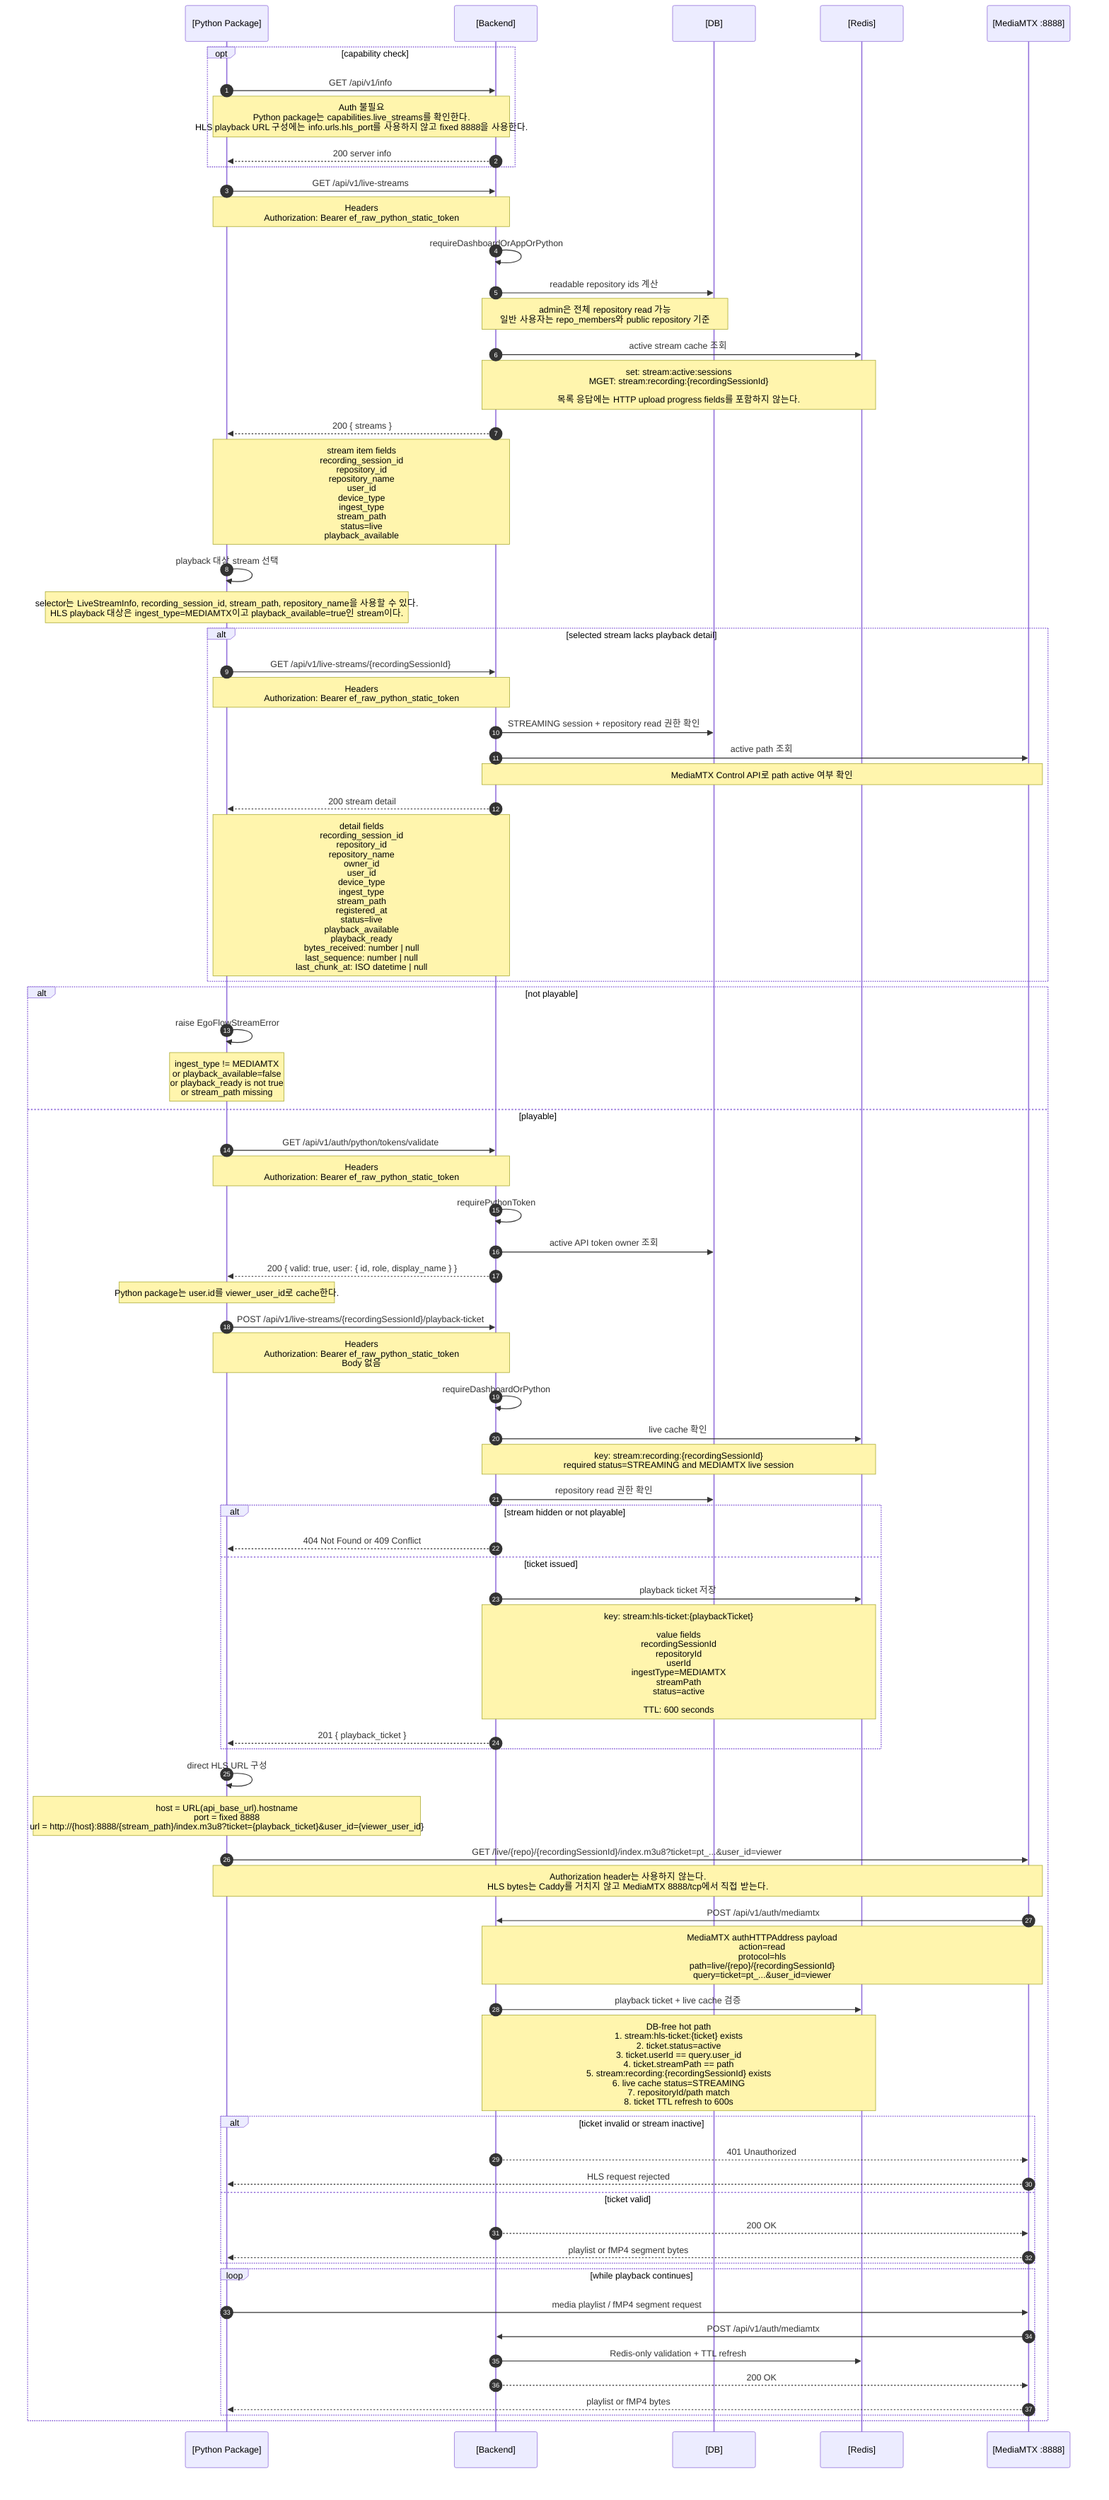
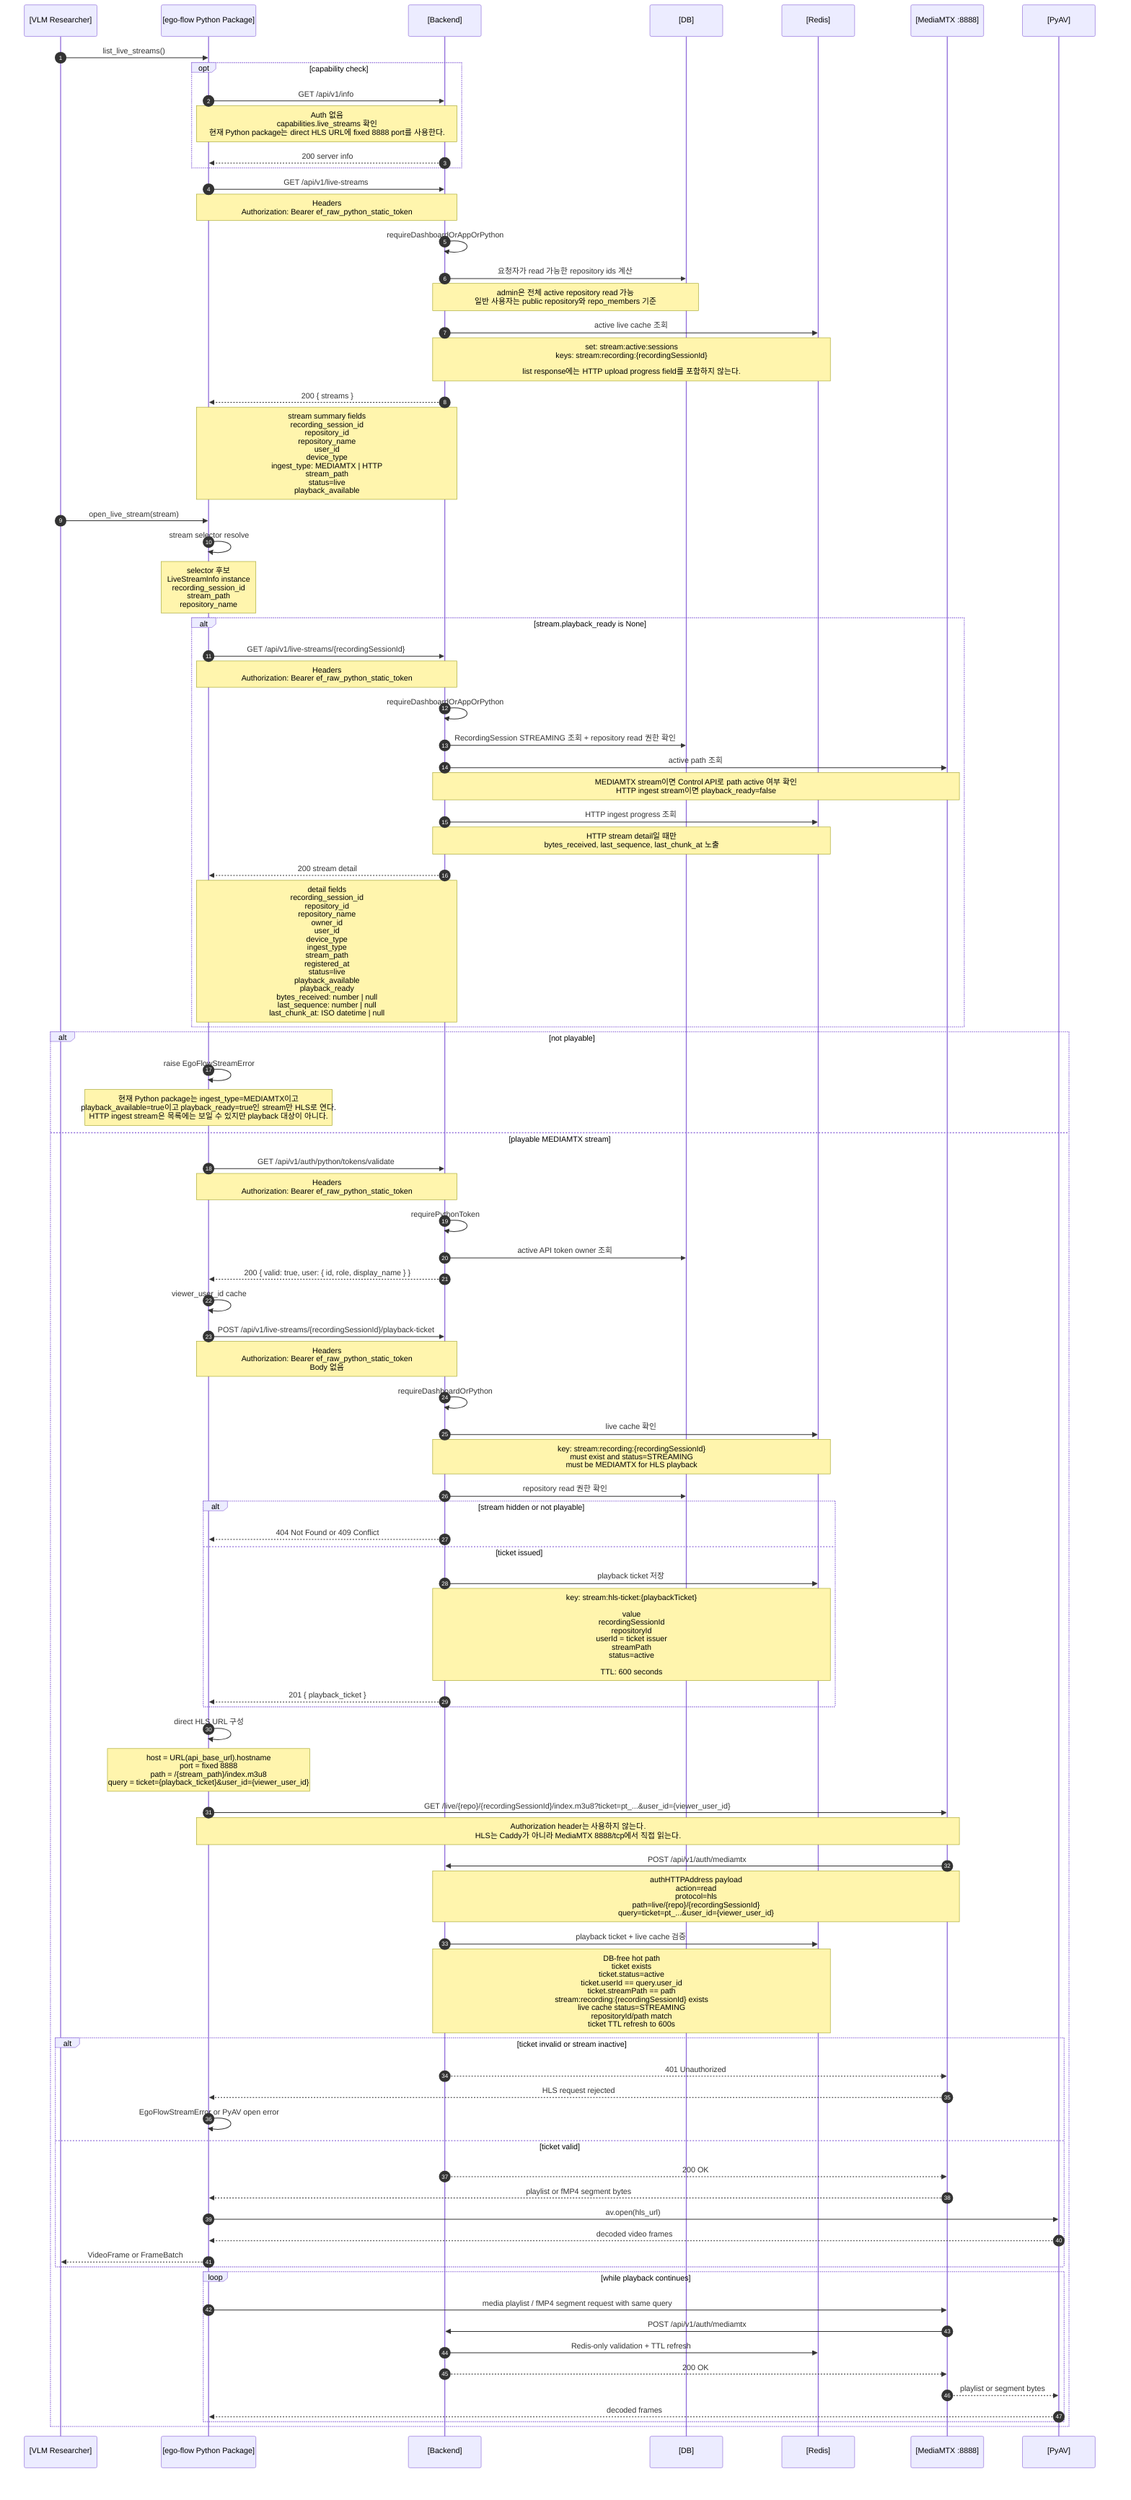
sequenceDiagram
  autonumber
-   participant Python as [Python Package]
+   participant Researcher as [VLM Researcher]
+   participant Python as [ego-flow Python Package]
  participant Backend as [Backend]
  participant DB as [DB]
  participant Redis as [Redis]
  participant MTX as [MediaMTX :8888]
+   participant Decoder as [PyAV]

+   Researcher->>Python: list_live_streams()
  opt capability check
    Python->>Backend: GET /api/v1/info
-     Note over Python,Backend: Auth 불필요<br/>Python package는 capabilities.live_streams를 확인한다.<br/>HLS playback URL 구성에는 info.urls.hls_port를 사용하지 않고 fixed 8888을 사용한다.
+     Note over Python,Backend: Auth 없음<br/>capabilities.live_streams 확인<br/>현재 Python package는 direct HLS URL에 fixed 8888 port를 사용한다.
    Backend-->>Python: 200 server info
  end

  Python->>Backend: GET /api/v1/live-streams
  Note over Python,Backend: Headers<br/>Authorization: Bearer ef_raw_python_static_token

  Backend->>Backend: requireDashboardOrAppOrPython
-   Backend->>DB: readable repository ids 계산
-   Note over Backend,DB: admin은 전체 repository read 가능<br/>일반 사용자는 repo_members와 public repository 기준
+   Backend->>DB: 요청자가 read 가능한 repository ids 계산
+   Note over Backend,DB: admin은 전체 active repository read 가능<br/>일반 사용자는 public repository와 repo_members 기준
+   Backend->>Redis: active live cache 조회
+   Note over Backend,Redis: set: stream:active:sessions<br/>keys: stream:recording:{recordingSessionId}<br/><br/>list response에는 HTTP upload progress field를 포함하지 않는다.
+   Backend-->>Python: 200 { streams }
+   Note over Backend,Python: stream summary fields<br/>recording_session_id<br/>repository_id<br/>repository_name<br/>user_id<br/>device_type<br/>ingest_type: MEDIAMTX | HTTP<br/>stream_path<br/>status=live<br/>playback_available

-   Backend->>Redis: active stream cache 조회
-   Note over Backend,Redis: set: stream:active:sessions<br/>MGET: stream:recording:{recordingSessionId}<br/><br/>목록 응답에는 HTTP upload progress fields를 포함하지 않는다.
+   Researcher->>Python: open_live_stream(stream)
+   Python->>Python: stream selector resolve
+   Note over Python: selector 후보<br/>LiveStreamInfo instance<br/>recording_session_id<br/>stream_path<br/>repository_name

-   Backend-->>Python: 200 { streams }
-   Note over Backend,Python: stream item fields<br/>recording_session_id<br/>repository_id<br/>repository_name<br/>user_id<br/>device_type<br/>ingest_type<br/>stream_path<br/>status=live<br/>playback_available
- 
-   Python->>Python: playback 대상 stream 선택
-   Note over Python: selector는 LiveStreamInfo, recording_session_id, stream_path, repository_name을 사용할 수 있다.<br/>HLS playback 대상은 ingest_type=MEDIAMTX이고 playback_available=true인 stream이다.
- 
-   alt selected stream lacks playback detail
+   alt stream.playback_ready is None
    Python->>Backend: GET /api/v1/live-streams/{recordingSessionId}
    Note over Python,Backend: Headers<br/>Authorization: Bearer ef_raw_python_static_token
-     Backend->>DB: STREAMING session + repository read 권한 확인
+     Backend->>Backend: requireDashboardOrAppOrPython
+     Backend->>DB: RecordingSession STREAMING 조회 + repository read 권한 확인
    Backend->>MTX: active path 조회
-     Note over Backend,MTX: MediaMTX Control API로 path active 여부 확인
+     Note over Backend,MTX: MEDIAMTX stream이면 Control API로 path active 여부 확인<br/>HTTP ingest stream이면 playback_ready=false
+     Backend->>Redis: HTTP ingest progress 조회
+     Note over Backend,Redis: HTTP stream detail일 때만<br/>bytes_received, last_sequence, last_chunk_at 노출
    Backend-->>Python: 200 stream detail
    Note over Backend,Python: detail fields<br/>recording_session_id<br/>repository_id<br/>repository_name<br/>owner_id<br/>user_id<br/>device_type<br/>ingest_type<br/>stream_path<br/>registered_at<br/>status=live<br/>playback_available<br/>playback_ready<br/>bytes_received: number | null<br/>last_sequence: number | null<br/>last_chunk_at: ISO datetime | null
  end

  alt not playable
    Python->>Python: raise EgoFlowStreamError
-     Note over Python: ingest_type != MEDIAMTX<br/>or playback_available=false<br/>or playback_ready is not true<br/>or stream_path missing
-   else playable
+     Note over Python: 현재 Python package는 ingest_type=MEDIAMTX이고<br/>playback_available=true이고 playback_ready=true인 stream만 HLS로 연다.<br/>HTTP ingest stream은 목록에는 보일 수 있지만 playback 대상이 아니다.
+   else playable MEDIAMTX stream
    Python->>Backend: GET /api/v1/auth/python/tokens/validate
    Note over Python,Backend: Headers<br/>Authorization: Bearer ef_raw_python_static_token
    Backend->>Backend: requirePythonToken
    Backend->>DB: active API token owner 조회
    Backend-->>Python: 200 { valid: true, user: { id, role, display_name } }
-     Note over Python: Python package는 user.id를 viewer_user_id로 cache한다.
+     Python->>Python: viewer_user_id cache

    Python->>Backend: POST /api/v1/live-streams/{recordingSessionId}/playback-ticket
    Note over Python,Backend: Headers<br/>Authorization: Bearer ef_raw_python_static_token<br/>Body 없음

    Backend->>Backend: requireDashboardOrPython
    Backend->>Redis: live cache 확인
-     Note over Backend,Redis: key: stream:recording:{recordingSessionId}<br/>required status=STREAMING and MEDIAMTX live session
+     Note over Backend,Redis: key: stream:recording:{recordingSessionId}<br/>must exist and status=STREAMING<br/>must be MEDIAMTX for HLS playback
    Backend->>DB: repository read 권한 확인

    alt stream hidden or not playable
      Backend-->>Python: 404 Not Found or 409 Conflict
    else ticket issued
      Backend->>Redis: playback ticket 저장
-       Note over Backend,Redis: key: stream:hls-ticket:{playbackTicket}<br/><br/>value fields<br/>recordingSessionId<br/>repositoryId<br/>userId<br/>ingestType=MEDIAMTX<br/>streamPath<br/>status=active<br/><br/>TTL: 600 seconds
+       Note over Backend,Redis: key: stream:hls-ticket:{playbackTicket}<br/><br/>value<br/>recordingSessionId<br/>repositoryId<br/>userId = ticket issuer<br/>streamPath<br/>status=active<br/><br/>TTL: 600 seconds
      Backend-->>Python: 201 { playback_ticket }
    end

    Python->>Python: direct HLS URL 구성
-     Note over Python: host = URL(api_base_url).hostname<br/>port = fixed 8888<br/>url = http://{host}:8888/{stream_path}/index.m3u8?ticket={playback_ticket}&user_id={viewer_user_id}
+     Note over Python: host = URL(api_base_url).hostname<br/>port = fixed 8888<br/>path = /{stream_path}/index.m3u8<br/>query = ticket={playback_ticket}&user_id={viewer_user_id}

-     Python->>MTX: GET /live/{repo}/{recordingSessionId}/index.m3u8?ticket=pt_...&user_id=viewer
-     Note over Python,MTX: Authorization header는 사용하지 않는다.<br/>HLS bytes는 Caddy를 거치지 않고 MediaMTX 8888/tcp에서 직접 받는다.
+     Python->>MTX: GET /live/{repo}/{recordingSessionId}/index.m3u8?ticket=pt_...&user_id={viewer_user_id}
+     Note over Python,MTX: Authorization header는 사용하지 않는다.<br/>HLS는 Caddy가 아니라 MediaMTX 8888/tcp에서 직접 읽는다.

    MTX->>Backend: POST /api/v1/auth/mediamtx
-     Note over MTX,Backend: MediaMTX authHTTPAddress payload<br/>action=read<br/>protocol=hls<br/>path=live/{repo}/{recordingSessionId}<br/>query=ticket=pt_...&user_id=viewer
+     Note over MTX,Backend: authHTTPAddress payload<br/>action=read<br/>protocol=hls<br/>path=live/{repo}/{recordingSessionId}<br/>query=ticket=pt_...&user_id={viewer_user_id}

    Backend->>Redis: playback ticket + live cache 검증
-     Note over Backend,Redis: DB-free hot path<br/>1. stream:hls-ticket:{ticket} exists<br/>2. ticket.status=active<br/>3. ticket.userId == query.user_id<br/>4. ticket.streamPath == path<br/>5. stream:recording:{recordingSessionId} exists<br/>6. live cache status=STREAMING<br/>7. repositoryId/path match<br/>8. ticket TTL refresh to 600s
+     Note over Backend,Redis: DB-free hot path<br/>ticket exists<br/>ticket.status=active<br/>ticket.userId == query.user_id<br/>ticket.streamPath == path<br/>stream:recording:{recordingSessionId} exists<br/>live cache status=STREAMING<br/>repositoryId/path match<br/>ticket TTL refresh to 600s

    alt ticket invalid or stream inactive
      Backend-->>MTX: 401 Unauthorized
      MTX-->>Python: HLS request rejected
+       Python->>Python: EgoFlowStreamError or PyAV open error
    else ticket valid
      Backend-->>MTX: 200 OK
      MTX-->>Python: playlist or fMP4 segment bytes
+       Python->>Decoder: av.open(hls_url)
+       Decoder-->>Python: decoded video frames
+       Python-->>Researcher: VideoFrame or FrameBatch
    end

    loop while playback continues
-       Python->>MTX: media playlist / fMP4 segment request
+       Python->>MTX: media playlist / fMP4 segment request with same query
      MTX->>Backend: POST /api/v1/auth/mediamtx
      Backend->>Redis: Redis-only validation + TTL refresh
      Backend-->>MTX: 200 OK
-       MTX-->>Python: playlist or fMP4 bytes
+       MTX-->>Decoder: playlist or segment bytes
+       Decoder-->>Python: decoded frames
    end
  end

%% 참고:
%% Python package는 Dashboard에서 발급받은 ef_ static token만 사용한다.
- %% Python package는 HLS direct URL을 구성할 때 server info의 hls_port를 사용하지 않고 fixed 8888을 사용한다.
- %% Python package는 playback-ticket 발급 전에 /auth/python/tokens/validate로 viewer user id를 얻고 cache한다.
+ %% Python package는 playback-ticket 발급 전에 /auth/python/tokens/validate로 viewer user id를 얻는다.
%% HLS URL query는 ticket과 user_id만 사용한다. Authorization header는 HLS playlist/segment 요청에 붙이지 않는다.
%% Python HLS client가 segment request까지 query를 유지하지 않으면 각 playlist/segment URL에 같은 query를 다시 붙여야 한다.
- %% HTTP ingest stream은 live list에는 보이지만 Python HLS playback 대상으로 열지 않는다.
- %% 이 문서는 Python package 관점의 live playback 흐름이다. 공통 HLS playback 구조는 .mermaid/PLAYBACK/python-hls-playback.mmd도 참고한다.
+ %% LiveStreamInfo는 recording_session_id만 사용한다. 이전 별칭은 제거했다.
+ %% LiveStreamInfo.from_dict는 stream_path fallback을 만들지 않는다. 서버 response에 stream_path가 없으면 playback open 단계에서 오류로 처리한다.
+ %% list_live_streams()는 ingest_type, playback_available, repository_id, repository_name 기준 client-side filter를 지원한다.
